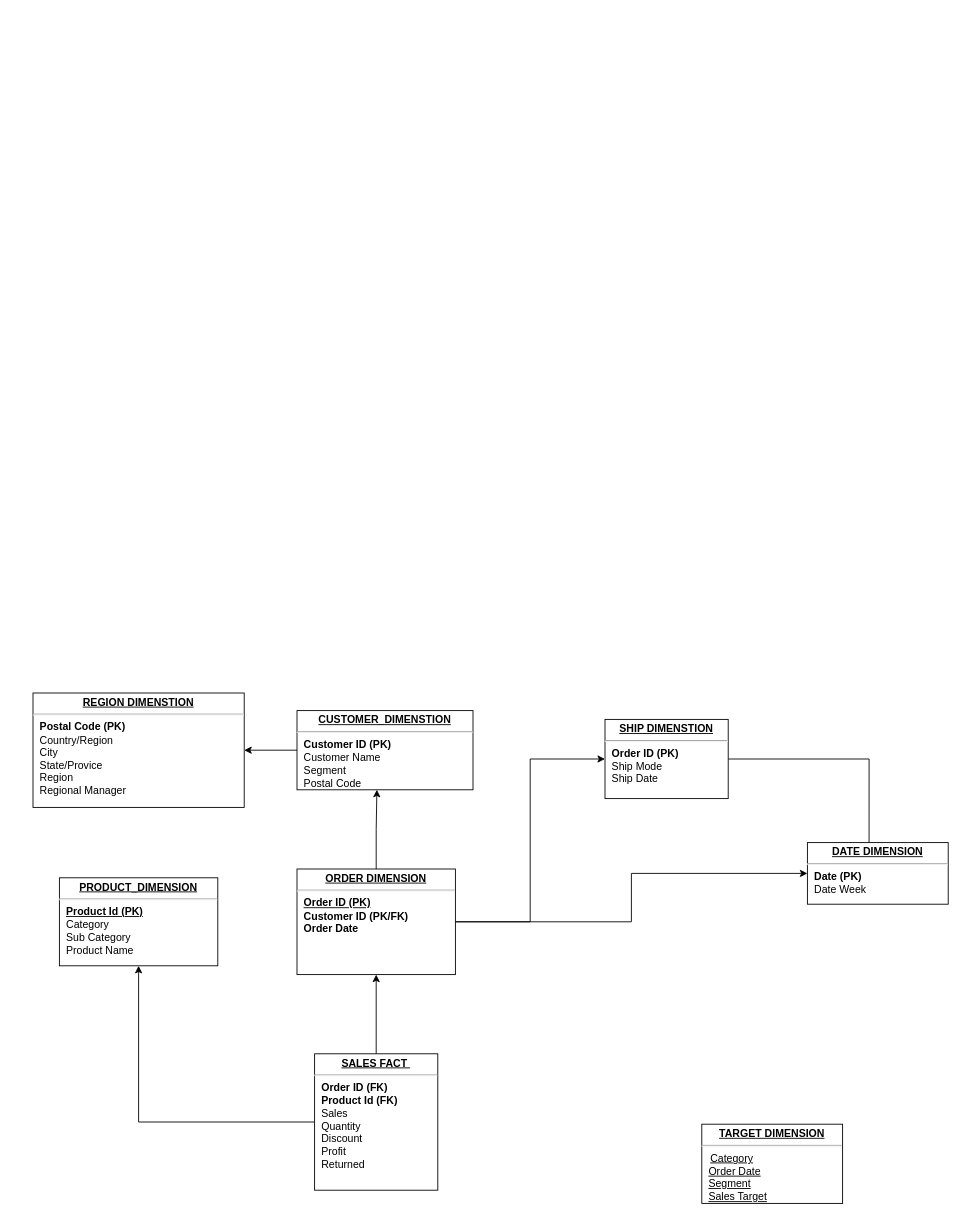
The draw.io diagram sales.drawio in rajitharul/rajitharul, before the edit. Source tidied: cells renumbered, new cells numbered last; positions are measured from the earlier drawing's top-left corner, leaving out a move shared by most shapes. Both pictures are drawn from the tidied source at 88%, with x=0, y=0 at pixel (33, 693).
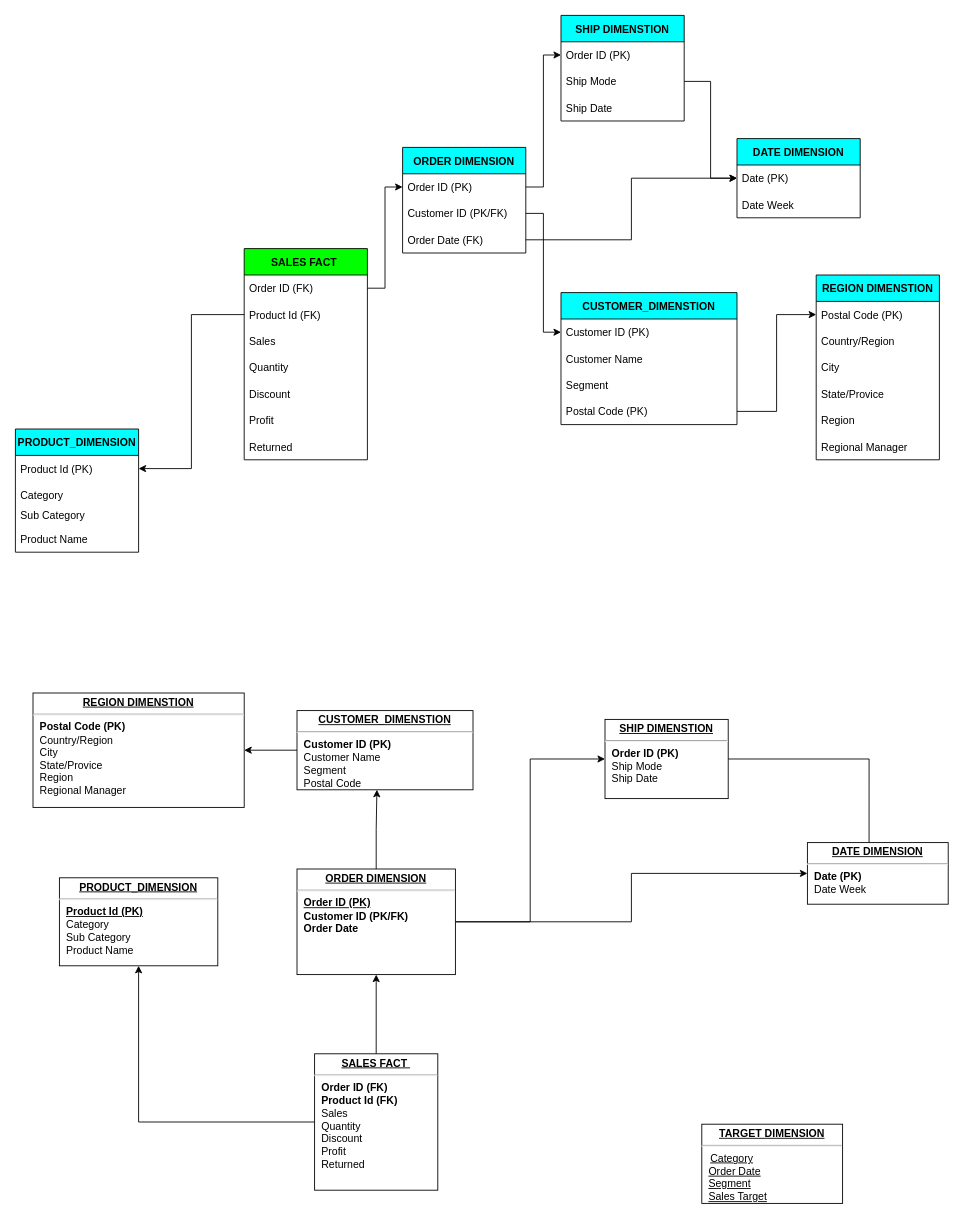
After the change.

The edit, as a diff of the source:
```diff
@@
+    <mxCell id="17" value="ORDER DIMENSION" style="swimlane;fontStyle=1;horizontal=1;startSize=30;fillColor=#00FFFF;" parent="1" vertex="1">
+      <mxGeometry x="420" y="-620" width="140" height="120" as="geometry" />
+    </mxCell>
+    <mxCell id="18" value="Order ID (PK)" style="text;strokeColor=none;fillColor=none;align=left;verticalAlign=middle;spacingLeft=4;spacingRight=4;overflow=hidden;points=[[0,0.5],[1,0.5]];portConstraint=eastwest;" parent="17" vertex="1">
+      <mxGeometry y="30" width="140" height="30" as="geometry" />
+    </mxCell>
+    <mxCell id="19" value="Customer ID (PK/FK)" style="text;strokeColor=none;fillColor=none;align=left;verticalAlign=middle;spacingLeft=4;spacingRight=4;overflow=hidden;points=[[0,0.5],[1,0.5]];portConstraint=eastwest;" parent="17" vertex="1">
+      <mxGeometry y="60" width="140" height="30" as="geometry" />
+    </mxCell>
+    <mxCell id="20" value="Order Date (FK)" style="text;strokeColor=none;fillColor=none;align=left;verticalAlign=middle;spacingLeft=4;spacingRight=4;overflow=hidden;points=[[0,0.5],[1,0.5]];portConstraint=eastwest;" parent="17" vertex="1">
+      <mxGeometry y="90" width="140" height="30" as="geometry" />
+    </mxCell>
+    <mxCell id="21" value="DATE DIMENSION" style="swimlane;fontStyle=1;horizontal=1;startSize=30;fillColor=#00FFFF;" parent="1" vertex="1">
+      <mxGeometry x="800" y="-630" width="140" height="90" as="geometry" />
+    </mxCell>
+    <mxCell id="22" value="Date (PK)" style="text;strokeColor=none;fillColor=none;align=left;verticalAlign=middle;spacingLeft=4;spacingRight=4;overflow=hidden;points=[[0,0.5],[1,0.5]];portConstraint=eastwest;" parent="21" vertex="1">
+      <mxGeometry y="30" width="140" height="30" as="geometry" />
+    </mxCell>
+    <mxCell id="23" value="Date Week" style="text;strokeColor=none;fillColor=none;align=left;verticalAlign=middle;spacingLeft=4;spacingRight=4;overflow=hidden;" parent="21" vertex="1">
+      <mxGeometry y="60" width="140" height="30" as="geometry" />
+    </mxCell>
+    <mxCell id="24" value="SALES FACT " style="swimlane;fontStyle=1;horizontal=1;startSize=30;fillColor=#00FF00;" parent="1" vertex="1">
+      <mxGeometry x="240" y="-505" width="140" height="240" as="geometry" />
+    </mxCell>
+    <mxCell id="25" value="Order ID (FK)" style="text;strokeColor=none;fillColor=none;align=left;verticalAlign=middle;spacingLeft=4;spacingRight=4;overflow=hidden;points=[[0,0.5],[1,0.5]];portConstraint=eastwest;" parent="24" vertex="1">
+      <mxGeometry y="30" width="140" height="30" as="geometry" />
+    </mxCell>
+    <mxCell id="26" value="Product Id (FK)" style="text;strokeColor=none;fillColor=none;align=left;verticalAlign=middle;spacingLeft=4;spacingRight=4;overflow=hidden;points=[[0,0.5],[1,0.5]];portConstraint=eastwest;" parent="24" vertex="1">
+      <mxGeometry y="60" width="140" height="30" as="geometry" />
+    </mxCell>
+    <mxCell id="27" value="Sales" style="text;strokeColor=none;fillColor=none;align=left;verticalAlign=middle;spacingLeft=4;spacingRight=4;overflow=hidden;" parent="24" vertex="1">
+      <mxGeometry y="90" width="140" height="30" as="geometry" />
+    </mxCell>
+    <mxCell id="28" value="Quantity" style="text;strokeColor=none;fillColor=none;align=left;verticalAlign=middle;spacingLeft=4;spacingRight=4;overflow=hidden;" parent="24" vertex="1">
+      <mxGeometry y="120" width="140" height="30" as="geometry" />
+    </mxCell>
+    <mxCell id="29" value="Discount" style="text;strokeColor=none;fillColor=none;align=left;verticalAlign=middle;spacingLeft=4;spacingRight=4;overflow=hidden;" parent="24" vertex="1">
+      <mxGeometry y="150" width="140" height="30" as="geometry" />
+    </mxCell>
+    <mxCell id="30" value="Profit" style="text;strokeColor=none;fillColor=none;align=left;verticalAlign=middle;spacingLeft=4;spacingRight=4;overflow=hidden;" parent="24" vertex="1">
+      <mxGeometry y="180" width="140" height="30" as="geometry" />
+    </mxCell>
+    <mxCell id="31" value="Returned" style="text;strokeColor=none;fillColor=none;align=left;verticalAlign=middle;spacingLeft=4;spacingRight=4;overflow=hidden;" parent="24" vertex="1">
+      <mxGeometry y="210" width="140" height="30" as="geometry" />
+    </mxCell>
+    <mxCell id="32" value="CUSTOMER_DIMENSTION" style="swimlane;fontStyle=1;horizontal=1;startSize=30;fillColor=#00FFFF;" parent="1" vertex="1">
+      <mxGeometry x="600" y="-455" width="200" height="150" as="geometry" />
+    </mxCell>
+    <mxCell id="33" value="Customer ID (PK)" style="text;strokeColor=none;fillColor=none;align=left;verticalAlign=middle;spacingLeft=4;spacingRight=4;overflow=hidden;points=[[0,0.5],[1,0.5]];portConstraint=eastwest;" parent="32" vertex="1">
+      <mxGeometry y="30" width="200" height="30" as="geometry" />
+    </mxCell>
+    <mxCell id="34" value="Customer Name" style="text;strokeColor=none;fillColor=none;align=left;verticalAlign=middle;spacingLeft=4;spacingRight=4;overflow=hidden;" parent="32" vertex="1">
+      <mxGeometry y="60" width="200" height="30" as="geometry" />
+    </mxCell>
+    <mxCell id="35" value="Segment " style="text;strokeColor=none;fillColor=none;align=left;verticalAlign=middle;spacingLeft=4;spacingRight=4;overflow=hidden;" parent="32" vertex="1">
+      <mxGeometry y="90" width="200" height="30" as="geometry" />
+    </mxCell>
+    <mxCell id="36" value="Postal Code (PK)" style="text;strokeColor=none;fillColor=none;align=left;verticalAlign=middle;spacingLeft=4;spacingRight=4;overflow=hidden;points=[[0,0.5],[1,0.5]];portConstraint=eastwest;" parent="32" vertex="1">
+      <mxGeometry y="120" width="200" height="30" as="geometry" />
+    </mxCell>
+    <mxCell id="37" value="PRODUCT_DIMENSION" style="swimlane;fontStyle=1;horizontal=1;startSize=30;fillColor=#00FFFF;" parent="1" vertex="1">
+      <mxGeometry x="-20" y="-300" width="140" height="140" as="geometry" />
+    </mxCell>
+    <mxCell id="38" value="Product Id (PK)" style="text;strokeColor=none;fillColor=none;align=left;verticalAlign=middle;spacingLeft=4;spacingRight=4;overflow=hidden;points=[[0,0.5],[1,0.5]];portConstraint=eastwest;" parent="37" vertex="1">
+      <mxGeometry y="30" width="140" height="30" as="geometry" />
+    </mxCell>
+    <mxCell id="39" value="Category" style="text;strokeColor=none;fillColor=none;align=left;verticalAlign=middle;spacingLeft=4;spacingRight=4;overflow=hidden;" parent="37" vertex="1">
+      <mxGeometry y="60" width="140" height="30" as="geometry" />
+    </mxCell>
+    <mxCell id="40" value="Sub Category&#10;" style="text;strokeColor=none;fillColor=none;align=left;verticalAlign=middle;spacingLeft=4;spacingRight=4;overflow=hidden;" parent="37" vertex="1">
+      <mxGeometry y="90" width="140" height="20" as="geometry" />
+    </mxCell>
+    <mxCell id="41" value="Product Name" style="text;strokeColor=none;fillColor=none;align=left;verticalAlign=middle;spacingLeft=4;spacingRight=4;overflow=hidden;" parent="37" vertex="1">
+      <mxGeometry y="110" width="140" height="30" as="geometry" />
+    </mxCell>
+    <mxCell id="42" style="edgeStyle=orthogonalEdgeStyle;rounded=0;jettySize=auto;html=1;" parent="1" edge="1" source="26" target="38">
+      <mxGeometry relative="1" as="geometry" />
+    </mxCell>
+    <mxCell id="43" value="REGION DIMENSTION" style="swimlane;fontStyle=1;horizontal=1;startSize=30;fillColor=#00FFFF;" parent="1" vertex="1">
+      <mxGeometry x="890" y="-475" width="140" height="210" as="geometry" />
+    </mxCell>
+    <mxCell id="44" value="Postal Code (PK)" style="text;strokeColor=none;fillColor=none;align=left;verticalAlign=middle;spacingLeft=4;spacingRight=4;overflow=hidden;points=[[0,0.5],[1,0.5]];portConstraint=eastwest;" parent="43" vertex="1">
+      <mxGeometry y="30" width="140" height="30" as="geometry" />
+    </mxCell>
+    <mxCell id="45" value="Country/Region" style="text;strokeColor=none;fillColor=none;align=left;verticalAlign=middle;spacingLeft=4;spacingRight=4;overflow=hidden;" parent="43" vertex="1">
+      <mxGeometry y="60" width="140" height="30" as="geometry" />
+    </mxCell>
+    <mxCell id="46" value="City " style="text;strokeColor=none;fillColor=none;align=left;verticalAlign=middle;spacingLeft=4;spacingRight=4;overflow=hidden;" parent="43" vertex="1">
+      <mxGeometry y="90" width="140" height="30" as="geometry" />
+    </mxCell>
+    <mxCell id="47" value="State/Provice" style="text;strokeColor=none;fillColor=none;align=left;verticalAlign=middle;spacingLeft=4;spacingRight=4;overflow=hidden;" parent="43" vertex="1">
+      <mxGeometry y="120" width="140" height="30" as="geometry" />
+    </mxCell>
+    <mxCell id="48" value="Region" style="text;strokeColor=none;fillColor=none;align=left;verticalAlign=middle;spacingLeft=4;spacingRight=4;overflow=hidden;" parent="43" vertex="1">
+      <mxGeometry y="150" width="140" height="30" as="geometry" />
+    </mxCell>
+    <mxCell id="49" value="Regional Manager" style="text;strokeColor=none;fillColor=none;align=left;verticalAlign=middle;spacingLeft=4;spacingRight=4;overflow=hidden;" parent="43" vertex="1">
+      <mxGeometry y="180" width="140" height="30" as="geometry" />
+    </mxCell>
+    <mxCell id="50" value="SHIP DIMENSTION" style="swimlane;fontStyle=1;horizontal=1;startSize=30;fillColor=#00FFFF;" parent="1" vertex="1">
+      <mxGeometry x="600" y="-770" width="140" height="120" as="geometry" />
+    </mxCell>
+    <mxCell id="51" value="Order ID (PK)" style="text;strokeColor=none;fillColor=none;align=left;verticalAlign=middle;spacingLeft=4;spacingRight=4;overflow=hidden;points=[[0,0.5],[1,0.5]];portConstraint=eastwest;" parent="50" vertex="1">
+      <mxGeometry y="30" width="140" height="30" as="geometry" />
+    </mxCell>
+    <mxCell id="52" value="Ship Mode " style="text;strokeColor=none;fillColor=none;align=left;verticalAlign=middle;spacingLeft=4;spacingRight=4;overflow=hidden;points=[[0,0.5],[1,0.5]];portConstraint=eastwest;" parent="50" vertex="1">
+      <mxGeometry y="60" width="140" height="30" as="geometry" />
+    </mxCell>
+    <mxCell id="53" value="Ship Date" style="text;strokeColor=none;fillColor=none;align=left;verticalAlign=middle;spacingLeft=4;spacingRight=4;overflow=hidden;" parent="50" vertex="1">
+      <mxGeometry y="90" width="140" height="30" as="geometry" />
+    </mxCell>
+    <mxCell id="54" style="edgeStyle=orthogonalEdgeStyle;rounded=0;jettySize=auto;html=1;" parent="1" edge="1" source="25" target="18">
+      <mxGeometry relative="1" as="geometry" />
+    </mxCell>
+    <mxCell id="55" style="edgeStyle=orthogonalEdgeStyle;rounded=0;jettySize=auto;html=1;" parent="1" edge="1" source="36" target="44">
+      <mxGeometry relative="1" as="geometry" />
+    </mxCell>
+    <mxCell id="56" style="edgeStyle=orthogonalEdgeStyle;rounded=0;jettySize=auto;html=1;" parent="1" edge="1" source="18" target="51">
+      <mxGeometry relative="1" as="geometry" />
+    </mxCell>
+    <mxCell id="57" style="edgeStyle=orthogonalEdgeStyle;rounded=0;jettySize=auto;html=1;" parent="1" edge="1" source="19" target="33">
+      <mxGeometry relative="1" as="geometry" />
+    </mxCell>
+    <mxCell id="58" style="edgeStyle=orthogonalEdgeStyle;rounded=0;jettySize=auto;html=1;entryX=0;entryY=0.5;entryDx=0;entryDy=0;" parent="1" edge="1" source="52" target="22">
+      <mxGeometry relative="1" as="geometry" />
+    </mxCell>
+    <mxCell id="59" style="edgeStyle=orthogonalEdgeStyle;rounded=0;jettySize=auto;html=1;" parent="1" edge="1" source="20" target="22">
+      <mxGeometry relative="1" as="geometry" />
+    </mxCell>
```
